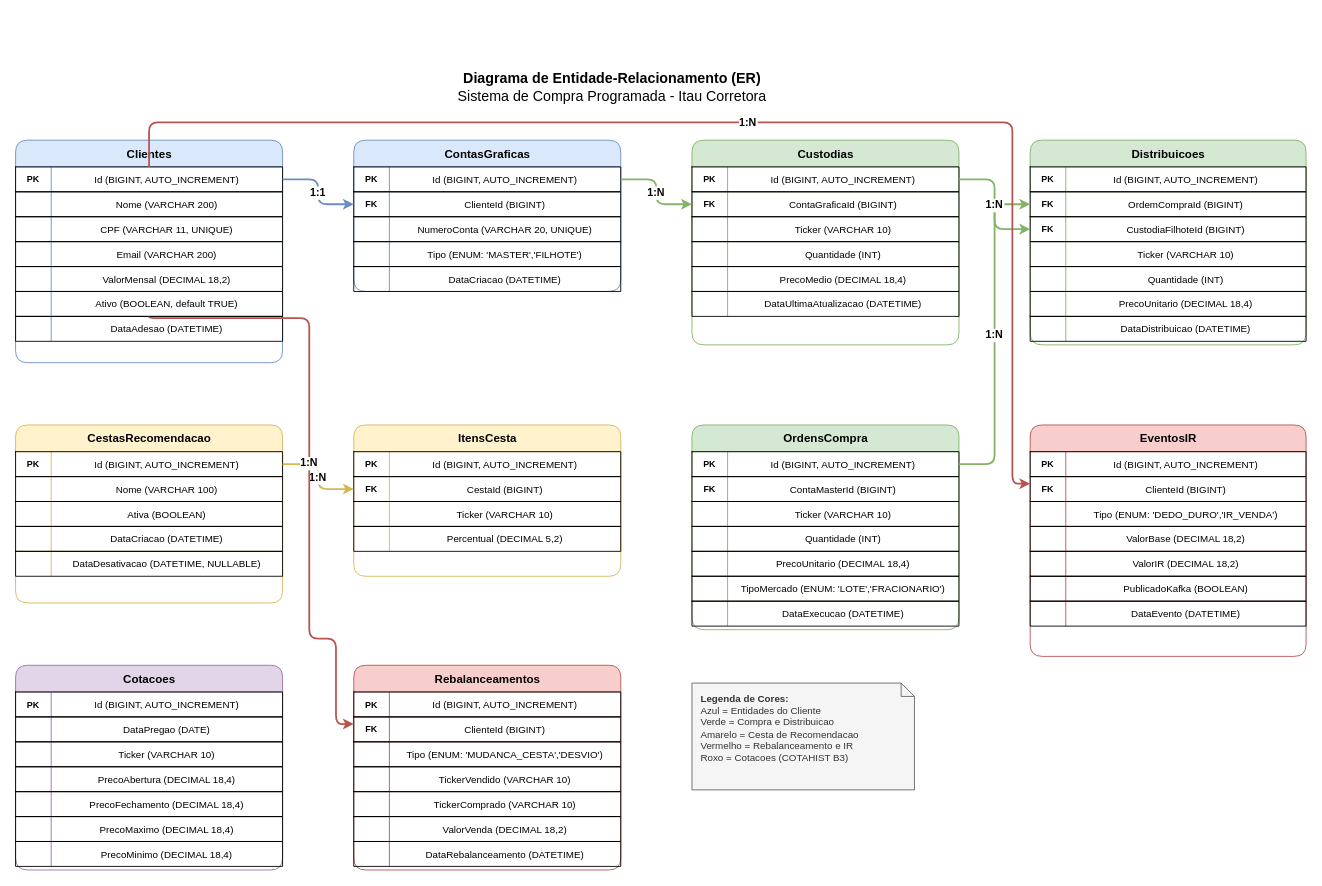
The draw.io diagram docs/diagrama-er-compra-programada.drawio in NicolasTeslaa/Desafio-Tecnico-Itau-Csharp, before the edit. Source tidied: cells renumbered, new cells numbered last; positions are measured from the earlier drawing's top-left corner, leaving out a move shared by most shapes. Both pictures are drawn from the tidied source at 89%, with x=0, y=0 at pixel (15, 64).
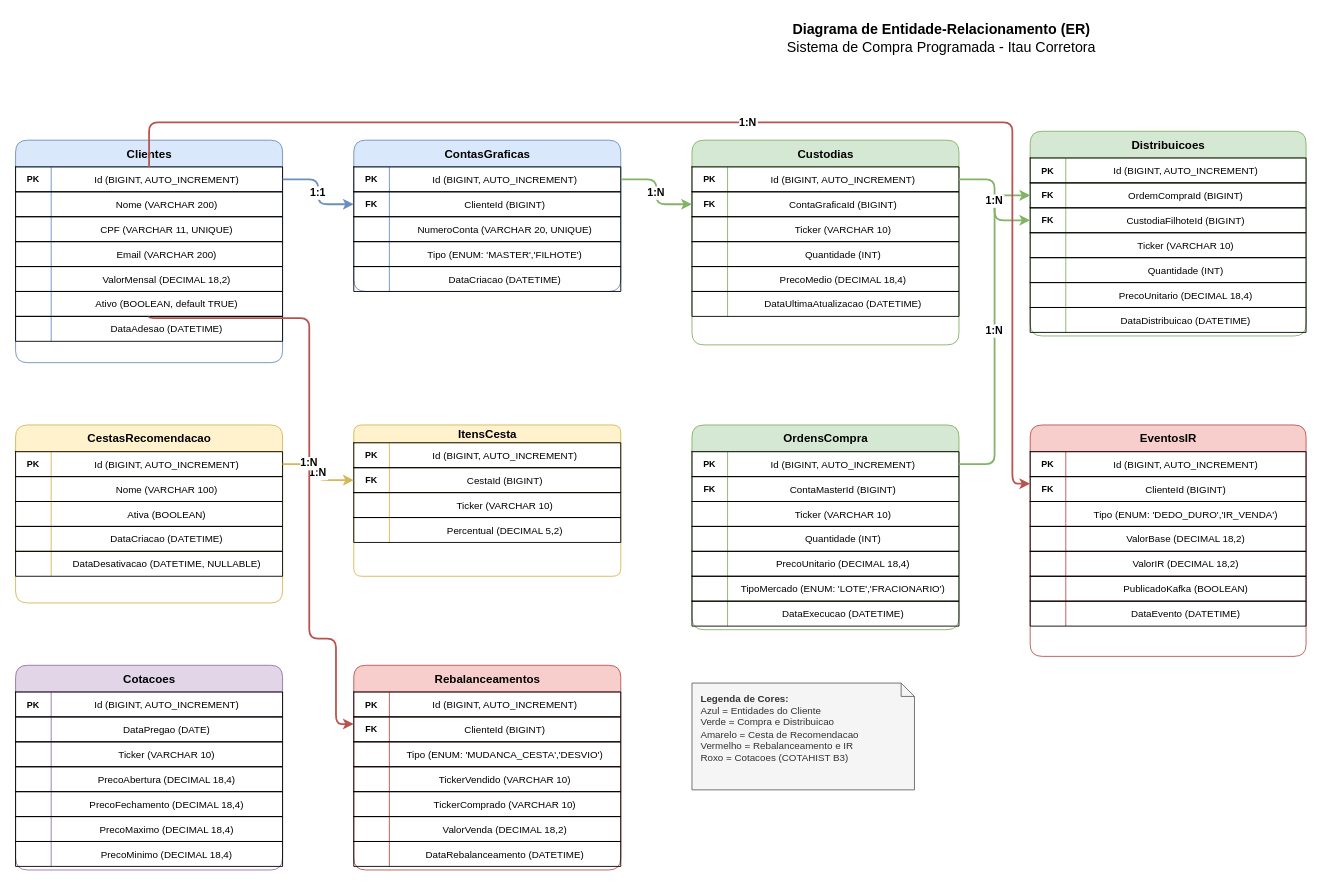
The same page after the edit.

What changed in the source:
```diff
@@
     <mxCell id="2" value="&lt;b&gt;Diagrama de Entidade-Relacionamento (ER)&lt;/b&gt;&lt;br&gt;Sistema de Compra Programada - Itau Corretora" style="text;html=1;align=center;verticalAlign=middle;strokeColor=none;fillColor=none;fontSize=16;" parent="1" vertex="1">
-      <mxGeometry x="410" width="520" height="50" as="geometry" />
+      <mxGeometry x="780" y="-55" width="520" height="50" as="geometry" />
     </mxCell>
@@
-    <mxCell id="78" value="ItensCesta" style="shape=table;startSize=30;childLayout=tableLayout;rowLines=1;fontStyle=1;align=center;fillColor=#fff2cc;strokeColor=#d6b656;fontSize=13;html=1;rounded=1;" parent="1" vertex="1">
+    <mxCell id="78" value="ItensCesta" style="shape=table;startSize=20;childLayout=tableLayout;rowLines=1;fontStyle=1;align=center;fillColor=#fff2cc;strokeColor=#d6b656;fontSize=13;html=1;rounded=1;" parent="1" vertex="1">
       <mxGeometry x="380" y="405" width="300" height="170" as="geometry" />
     </mxCell>
     <mxCell id="79" style="shape=tableRow;horizontal=0;startSize=0;swimlaneHead=0;swimlaneBody=0;fillColor=none;fontSize=11;" parent="78" vertex="1">
-      <mxGeometry y="30" width="300" height="28" as="geometry" />
+      <mxGeometry y="20" width="300" height="28" as="geometry" />
     </mxCell>
@@
     <mxCell id="82" style="shape=tableRow;horizontal=0;startSize=0;swimlaneHead=0;swimlaneBody=0;fillColor=none;points=[[0,0.5],[1,0.5]];portConstraint=eastwest;fontSize=11;" parent="78" vertex="1">
-      <mxGeometry y="58" width="300" height="28" as="geometry" />
+      <mxGeometry y="48" width="300" height="28" as="geometry" />
     </mxCell>
@@
     <mxCell id="85" style="shape=tableRow;horizontal=0;startSize=0;swimlaneHead=0;swimlaneBody=0;fillColor=none;fontSize=11;" parent="78" vertex="1">
-      <mxGeometry y="86" width="300" height="28" as="geometry" />
+      <mxGeometry y="76" width="300" height="28" as="geometry" />
     </mxCell>
@@
     <mxCell id="88" style="shape=tableRow;horizontal=0;startSize=0;swimlaneHead=0;swimlaneBody=0;fillColor=none;fontSize=11;" parent="78" vertex="1">
-      <mxGeometry y="114" width="300" height="28" as="geometry" />
+      <mxGeometry y="104" width="300" height="28" as="geometry" />
     </mxCell>
@@
     <mxCell id="114" value="Distribuicoes" style="shape=table;startSize=30;childLayout=tableLayout;rowLines=1;fontStyle=1;align=center;fillColor=#d5e8d4;strokeColor=#82b366;fontSize=13;html=1;rounded=1;" parent="1" vertex="1">
-      <mxGeometry x="1140" y="85" width="310" height="230" as="geometry" />
+      <mxGeometry x="1140" y="75" width="310" height="230" as="geometry" />
     </mxCell>
```
